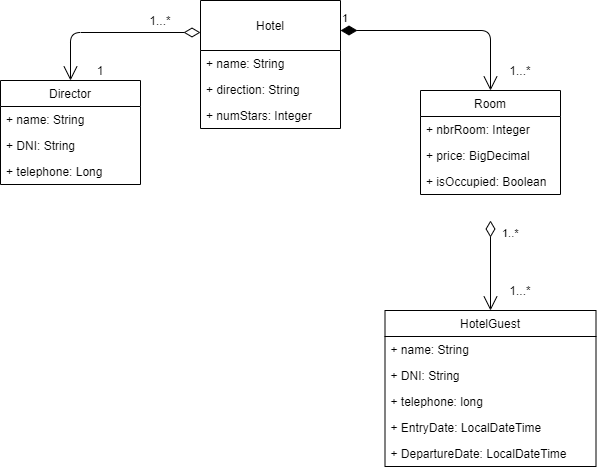
Before: docs/hotel.models.png, a diagram exported from draw.io (miw-upm/apaw-practice). Source tidied: cells renumbered, new cells last; positions are measured from the earlier drawing's top-left corner, leaving out a move shared by most shapes. The source it was exported from:
```xml
<mxGraphModel>
  <root>
    <mxCell id="0" />
    <mxCell id="1" parent="0" />
    <mxCell id="2" value="Hotel" style="swimlane;fontStyle=0;horizontal=1;startSize=50;fillColor=none;hachureGap=4;" parent="1" vertex="1">
      <mxGeometry x="200" width="140" height="128" as="geometry" />
    </mxCell>
    <mxCell id="3" value="+ name: String" style="text;strokeColor=none;fillColor=none;align=left;verticalAlign=top;spacingLeft=4;spacingRight=4;overflow=hidden;" parent="2" vertex="1">
      <mxGeometry y="50" width="140" height="26" as="geometry" />
    </mxCell>
    <mxCell id="4" value="+ direction: String" style="text;strokeColor=none;fillColor=none;align=left;verticalAlign=top;spacingLeft=4;spacingRight=4;overflow=hidden;" parent="2" vertex="1">
      <mxGeometry y="76" width="140" height="26" as="geometry" />
    </mxCell>
    <mxCell id="5" value="+ numStars: Integer" style="text;strokeColor=none;fillColor=none;align=left;verticalAlign=top;spacingLeft=4;spacingRight=4;overflow=hidden;" parent="2" vertex="1">
      <mxGeometry y="102" width="140" height="26" as="geometry" />
    </mxCell>
    <mxCell id="6" value="Director" style="swimlane;fontStyle=0;horizontal=1;startSize=26;fillColor=none;hachureGap=4;" parent="1" vertex="1">
      <mxGeometry y="80" width="140" height="104" as="geometry" />
    </mxCell>
    <mxCell id="7" value="+ name: String" style="text;strokeColor=none;fillColor=none;align=left;verticalAlign=top;spacingLeft=4;spacingRight=4;overflow=hidden;" parent="6" vertex="1">
      <mxGeometry y="26" width="140" height="26" as="geometry" />
    </mxCell>
    <mxCell id="8" value="+ DNI: String" style="text;strokeColor=none;fillColor=none;align=left;verticalAlign=top;spacingLeft=4;spacingRight=4;overflow=hidden;" parent="6" vertex="1">
      <mxGeometry y="52" width="140" height="26" as="geometry" />
    </mxCell>
    <mxCell id="9" value="+ telephone: Long" style="text;strokeColor=none;fillColor=none;align=left;verticalAlign=top;spacingLeft=4;spacingRight=4;overflow=hidden;" parent="6" vertex="1">
      <mxGeometry y="78" width="140" height="26" as="geometry" />
    </mxCell>
    <mxCell id="10" value="HotelGuest" style="swimlane;fontStyle=0;horizontal=1;startSize=26;fillColor=none;hachureGap=4;" parent="1" vertex="1">
      <mxGeometry x="384.5" y="310" width="211" height="156" as="geometry" />
    </mxCell>
    <mxCell id="11" value="+ name: String" style="text;strokeColor=none;fillColor=none;align=left;verticalAlign=top;spacingLeft=4;spacingRight=4;overflow=hidden;" parent="10" vertex="1">
      <mxGeometry y="26" width="211" height="26" as="geometry" />
    </mxCell>
    <mxCell id="12" value="+ DNI: String" style="text;strokeColor=none;fillColor=none;align=left;verticalAlign=top;spacingLeft=4;spacingRight=4;overflow=hidden;" parent="10" vertex="1">
      <mxGeometry y="52" width="211" height="26" as="geometry" />
    </mxCell>
    <mxCell id="13" value="+ telephone: long" style="text;strokeColor=none;fillColor=none;align=left;verticalAlign=top;spacingLeft=4;spacingRight=4;overflow=hidden;" parent="10" vertex="1">
      <mxGeometry y="78" width="211" height="26" as="geometry" />
    </mxCell>
    <mxCell id="14" value="+ EntryDate: LocalDateTime" style="text;strokeColor=none;fillColor=none;align=left;verticalAlign=top;spacingLeft=4;spacingRight=4;overflow=hidden;" parent="10" vertex="1">
      <mxGeometry y="104" width="211" height="26" as="geometry" />
    </mxCell>
    <mxCell id="15" value="+ DepartureDate: LocalDateTime" style="text;strokeColor=none;fillColor=none;align=left;verticalAlign=top;spacingLeft=4;spacingRight=4;overflow=hidden;" parent="10" vertex="1">
      <mxGeometry y="130" width="211" height="26" as="geometry" />
    </mxCell>
    <mxCell id="16" value="Room" style="swimlane;fontStyle=0;horizontal=1;startSize=26;fillColor=none;hachureGap=4;" parent="1" vertex="1">
      <mxGeometry x="420" y="90" width="140" height="104" as="geometry" />
    </mxCell>
    <mxCell id="17" value="+ nbrRoom: Integer" style="text;strokeColor=none;fillColor=none;align=left;verticalAlign=top;spacingLeft=4;spacingRight=4;overflow=hidden;" parent="16" vertex="1">
      <mxGeometry y="26" width="140" height="26" as="geometry" />
    </mxCell>
    <mxCell id="18" value="+ price: BigDecimal" style="text;strokeColor=none;fillColor=none;align=left;verticalAlign=top;spacingLeft=4;spacingRight=4;overflow=hidden;points=[[0,0.5],[1,0.5]];portConstraint=eastwest;" parent="16" vertex="1">
      <mxGeometry y="52" width="140" height="26" as="geometry" />
    </mxCell>
    <mxCell id="19" value="+ isOccupied: Boolean" style="text;strokeColor=none;fillColor=none;align=left;verticalAlign=top;spacingLeft=4;spacingRight=4;overflow=hidden;" parent="16" vertex="1">
      <mxGeometry y="78" width="140" height="26" as="geometry" />
    </mxCell>
    <mxCell id="20" value="1...*" style="text;html=1;strokeColor=none;fillColor=none;align=center;verticalAlign=middle;whiteSpace=wrap;rounded=0;hachureGap=4;" parent="1" vertex="1">
      <mxGeometry x="500" y="60" width="40" height="20" as="geometry" />
    </mxCell>
    <mxCell id="21" style="endArrow=open;html=1;endSize=12;startArrow=diamondThin;startSize=14;startFill=0;edgeStyle=orthogonalEdgeStyle;sourcePerimeterSpacing=8;targetPerimeterSpacing=8;entryX=0.5;entryY=0;entryDx=0;entryDy=0;" parent="1" edge="1" target="10">
      <mxGeometry relative="1" as="geometry">
        <mxPoint x="490" y="220" as="sourcePoint" />
      </mxGeometry>
    </mxCell>
    <mxCell id="22" value="1..*" style="edgeLabel;html=1;align=left;verticalAlign=top;" parent="21" vertex="1">
      <mxGeometry x="-1" relative="1" as="geometry">
        <mxPoint x="10" as="offset" />
      </mxGeometry>
    </mxCell>
    <mxCell id="23" value="1...*" style="text;html=1;strokeColor=none;fillColor=none;align=center;verticalAlign=middle;whiteSpace=wrap;rounded=0;hachureGap=4;" parent="1" vertex="1">
      <mxGeometry x="500" y="280" width="40" height="20" as="geometry" />
    </mxCell>
    <mxCell id="24" value="1...*" style="text;html=1;strokeColor=none;fillColor=none;align=center;verticalAlign=middle;whiteSpace=wrap;rounded=0;hachureGap=4;" parent="1" vertex="1">
      <mxGeometry x="140" y="10" width="40" height="20" as="geometry" />
    </mxCell>
    <mxCell id="25" value="1" style="text;html=1;strokeColor=none;fillColor=none;align=center;verticalAlign=middle;whiteSpace=wrap;rounded=0;hachureGap=4;" parent="1" vertex="1">
      <mxGeometry x="80" y="60" width="40" height="20" as="geometry" />
    </mxCell>
    <mxCell id="26" style="endArrow=open;html=1;endSize=12;startArrow=diamondThin;startSize=14;startFill=0;edgeStyle=orthogonalEdgeStyle;sourcePerimeterSpacing=8;targetPerimeterSpacing=8;entryX=0.5;entryY=0;entryDx=0;entryDy=0;exitX=0;exitY=0.25;exitDx=0;exitDy=0;" parent="1" edge="1" source="2" target="6">
      <mxGeometry x="-0.16" y="-30" relative="1" as="geometry" />
    </mxCell>
    <mxCell id="27" value="1" style="endArrow=open;html=1;endSize=12;startArrow=diamondThin;startSize=14;startFill=1;edgeStyle=orthogonalEdgeStyle;align=left;verticalAlign=bottom;sourcePerimeterSpacing=8;targetPerimeterSpacing=8;entryX=0.5;entryY=0;entryDx=0;entryDy=0;" parent="1" edge="1" target="16">
      <mxGeometry x="-1" y="3" relative="1" as="geometry">
        <mxPoint x="340" y="30" as="sourcePoint" />
      </mxGeometry>
    </mxCell>
  </root>
</mxGraphModel>
```
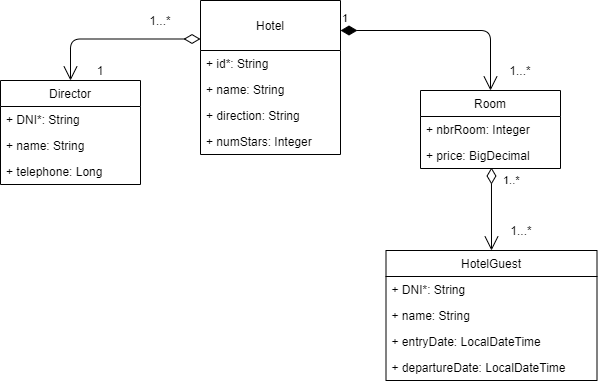
After the change.

Commit message:
Update Hotel Model #8

The edit, as a diff of the source:
```diff
@@ -3,49 +3,49 @@
     <mxCell id="0" />
     <mxCell id="1" parent="0" />
     <mxCell id="2" value="Hotel" style="swimlane;fontStyle=0;horizontal=1;startSize=50;fillColor=none;hachureGap=4;" parent="1" vertex="1">
-      <mxGeometry x="200" width="140" height="128" as="geometry" />
+      <mxGeometry x="200" width="140" height="154" as="geometry" />
     </mxCell>
+    <mxCell id="28" value="+ id*: String" style="text;strokeColor=none;fillColor=none;align=left;verticalAlign=top;spacingLeft=4;spacingRight=4;overflow=hidden;" parent="2" vertex="1">
+      <mxGeometry y="50" width="140" height="26" as="geometry" />
+    </mxCell>
     <mxCell id="3" value="+ name: String" style="text;strokeColor=none;fillColor=none;align=left;verticalAlign=top;spacingLeft=4;spacingRight=4;overflow=hidden;" parent="2" vertex="1">
-      <mxGeometry y="50" width="140" height="26" as="geometry" />
+      <mxGeometry y="76" width="140" height="26" as="geometry" />
     </mxCell>
     <mxCell id="4" value="+ direction: String" style="text;strokeColor=none;fillColor=none;align=left;verticalAlign=top;spacingLeft=4;spacingRight=4;overflow=hidden;" parent="2" vertex="1">
-      <mxGeometry y="76" width="140" height="26" as="geometry" />
+      <mxGeometry y="102" width="140" height="26" as="geometry" />
     </mxCell>
     <mxCell id="5" value="+ numStars: Integer" style="text;strokeColor=none;fillColor=none;align=left;verticalAlign=top;spacingLeft=4;spacingRight=4;overflow=hidden;" parent="2" vertex="1">
-      <mxGeometry y="102" width="140" height="26" as="geometry" />
+      <mxGeometry y="128" width="140" height="26" as="geometry" />
     </mxCell>
     <mxCell id="6" value="Director" style="swimlane;fontStyle=0;horizontal=1;startSize=26;fillColor=none;hachureGap=4;" parent="1" vertex="1">
       <mxGeometry y="80" width="140" height="104" as="geometry" />
     </mxCell>
+    <mxCell id="8" value="+ DNI*: String" style="text;strokeColor=none;fillColor=none;align=left;verticalAlign=top;spacingLeft=4;spacingRight=4;overflow=hidden;" parent="6" vertex="1">
+      <mxGeometry y="26" width="140" height="26" as="geometry" />
+    </mxCell>
     <mxCell id="7" value="+ name: String" style="text;strokeColor=none;fillColor=none;align=left;verticalAlign=top;spacingLeft=4;spacingRight=4;overflow=hidden;" parent="6" vertex="1">
-      <mxGeometry y="26" width="140" height="26" as="geometry" />
+      <mxGeometry y="52" width="140" height="26" as="geometry" />
     </mxCell>
-    <mxCell id="8" value="+ DNI: String" style="text;strokeColor=none;fillColor=none;align=left;verticalAlign=top;spacingLeft=4;spacingRight=4;overflow=hidden;" parent="6" vertex="1">
-      <mxGeometry y="52" width="140" height="26" as="geometry" />
-    </mxCell>
     <mxCell id="9" value="+ telephone: Long" style="text;strokeColor=none;fillColor=none;align=left;verticalAlign=top;spacingLeft=4;spacingRight=4;overflow=hidden;" parent="6" vertex="1">
       <mxGeometry y="78" width="140" height="26" as="geometry" />
     </mxCell>
     <mxCell id="10" value="HotelGuest" style="swimlane;fontStyle=0;horizontal=1;startSize=26;fillColor=none;hachureGap=4;" parent="1" vertex="1">
-      <mxGeometry x="384.5" y="310" width="211" height="156" as="geometry" />
+      <mxGeometry x="385.5" y="250" width="211" height="130" as="geometry" />
     </mxCell>
+    <mxCell id="12" value="+ DNI*: String" style="text;strokeColor=none;fillColor=none;align=left;verticalAlign=top;spacingLeft=4;spacingRight=4;overflow=hidden;" parent="10" vertex="1">
+      <mxGeometry y="26" width="211" height="26" as="geometry" />
+    </mxCell>
     <mxCell id="11" value="+ name: String" style="text;strokeColor=none;fillColor=none;align=left;verticalAlign=top;spacingLeft=4;spacingRight=4;overflow=hidden;" parent="10" vertex="1">
-      <mxGeometry y="26" width="211" height="26" as="geometry" />
+      <mxGeometry y="52" width="211" height="26" as="geometry" />
     </mxCell>
-    <mxCell id="12" value="+ DNI: String" style="text;strokeColor=none;fillColor=none;align=left;verticalAlign=top;spacingLeft=4;spacingRight=4;overflow=hidden;" parent="10" vertex="1">
-      <mxGeometry y="52" width="211" height="26" as="geometry" />
-    </mxCell>
-    <mxCell id="13" value="+ telephone: long" style="text;strokeColor=none;fillColor=none;align=left;verticalAlign=top;spacingLeft=4;spacingRight=4;overflow=hidden;" parent="10" vertex="1">
-      <mxGeometry y="78" width="211" height="26" as="geometry" />
-    </mxCell>
-    <mxCell id="14" value="+ EntryDate: LocalDateTime" style="text;strokeColor=none;fillColor=none;align=left;verticalAlign=top;spacingLeft=4;spacingRight=4;overflow=hidden;" parent="10" vertex="1">
-      <mxGeometry y="104" width="211" height="26" as="geometry" />
+    <mxCell id="14" value="+ entryDate: LocalDateTime" style="text;strokeColor=none;fillColor=none;align=left;verticalAlign=top;spacingLeft=4;spacingRight=4;overflow=hidden;" parent="10" vertex="1">
+      <mxGeometry y="78" width="211" height="26" as="geometry" />
     </mxCell>
-    <mxCell id="15" value="+ DepartureDate: LocalDateTime" style="text;strokeColor=none;fillColor=none;align=left;verticalAlign=top;spacingLeft=4;spacingRight=4;overflow=hidden;" parent="10" vertex="1">
-      <mxGeometry y="130" width="211" height="26" as="geometry" />
+    <mxCell id="15" value="+ departureDate: LocalDateTime" style="text;strokeColor=none;fillColor=none;align=left;verticalAlign=top;spacingLeft=4;spacingRight=4;overflow=hidden;" parent="10" vertex="1">
+      <mxGeometry y="104" width="211" height="26" as="geometry" />
     </mxCell>
     <mxCell id="16" value="Room" style="swimlane;fontStyle=0;horizontal=1;startSize=26;fillColor=none;hachureGap=4;" parent="1" vertex="1">
-      <mxGeometry x="420" y="90" width="140" height="104" as="geometry" />
+      <mxGeometry x="420" y="90" width="140" height="78" as="geometry" />
     </mxCell>
     <mxCell id="17" value="+ nbrRoom: Integer" style="text;strokeColor=none;fillColor=none;align=left;verticalAlign=top;spacingLeft=4;spacingRight=4;overflow=hidden;" parent="16" vertex="1">
       <mxGeometry y="26" width="140" height="26" as="geometry" />
@@ -53,16 +53,11 @@
     <mxCell id="18" value="+ price: BigDecimal" style="text;strokeColor=none;fillColor=none;align=left;verticalAlign=top;spacingLeft=4;spacingRight=4;overflow=hidden;points=[[0,0.5],[1,0.5]];portConstraint=eastwest;" parent="16" vertex="1">
       <mxGeometry y="52" width="140" height="26" as="geometry" />
     </mxCell>
-    <mxCell id="19" value="+ isOccupied: Boolean" style="text;strokeColor=none;fillColor=none;align=left;verticalAlign=top;spacingLeft=4;spacingRight=4;overflow=hidden;" parent="16" vertex="1">
-      <mxGeometry y="78" width="140" height="26" as="geometry" />
-    </mxCell>
     <mxCell id="20" value="1...*" style="text;html=1;strokeColor=none;fillColor=none;align=center;verticalAlign=middle;whiteSpace=wrap;rounded=0;hachureGap=4;" parent="1" vertex="1">
       <mxGeometry x="500" y="60" width="40" height="20" as="geometry" />
     </mxCell>
-    <mxCell id="21" style="endArrow=open;html=1;endSize=12;startArrow=diamondThin;startSize=14;startFill=0;edgeStyle=orthogonalEdgeStyle;sourcePerimeterSpacing=8;targetPerimeterSpacing=8;entryX=0.5;entryY=0;entryDx=0;entryDy=0;" parent="1" edge="1" target="10">
-      <mxGeometry relative="1" as="geometry">
-        <mxPoint x="490" y="220" as="sourcePoint" />
-      </mxGeometry>
+    <mxCell id="21" style="endArrow=open;html=1;endSize=12;startArrow=diamondThin;startSize=14;startFill=0;edgeStyle=orthogonalEdgeStyle;sourcePerimeterSpacing=8;targetPerimeterSpacing=8;entryX=0.5;entryY=0;entryDx=0;entryDy=0;exitX=0.507;exitY=0.962;exitDx=0;exitDy=0;exitPerimeter=0;" parent="1" edge="1" source="18" target="10">
+      <mxGeometry relative="1" as="geometry" />
     </mxCell>
     <mxCell id="22" value="1..*" style="edgeLabel;html=1;align=left;verticalAlign=top;" parent="21" vertex="1">
       <mxGeometry x="-1" relative="1" as="geometry">
@@ -70,7 +65,7 @@
       </mxGeometry>
     </mxCell>
     <mxCell id="23" value="1...*" style="text;html=1;strokeColor=none;fillColor=none;align=center;verticalAlign=middle;whiteSpace=wrap;rounded=0;hachureGap=4;" parent="1" vertex="1">
-      <mxGeometry x="500" y="280" width="40" height="20" as="geometry" />
+      <mxGeometry x="501" y="220" width="40" height="20" as="geometry" />
     </mxCell>
     <mxCell id="24" value="1...*" style="text;html=1;strokeColor=none;fillColor=none;align=center;verticalAlign=middle;whiteSpace=wrap;rounded=0;hachureGap=4;" parent="1" vertex="1">
       <mxGeometry x="140" y="10" width="40" height="20" as="geometry" />
```
